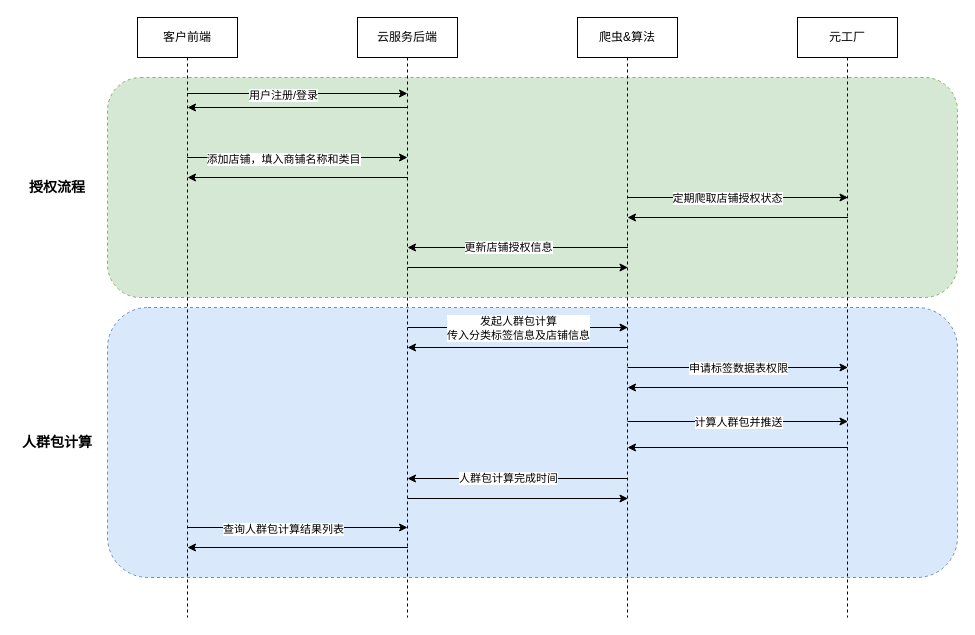
Before: page "授权及人群包计算流程" (4 of 9) of docs/cloud-service.drawio in caijiatao/go-lib, a draw.io diagram. Source tidied: cells renumbered, new cells numbered last; positions are measured from the earlier drawing's top-left corner, leaving out a move shared by most shapes. Both pictures are drawn from the tidied source at 100%, with x=0, y=0 at pixel (17, 17).
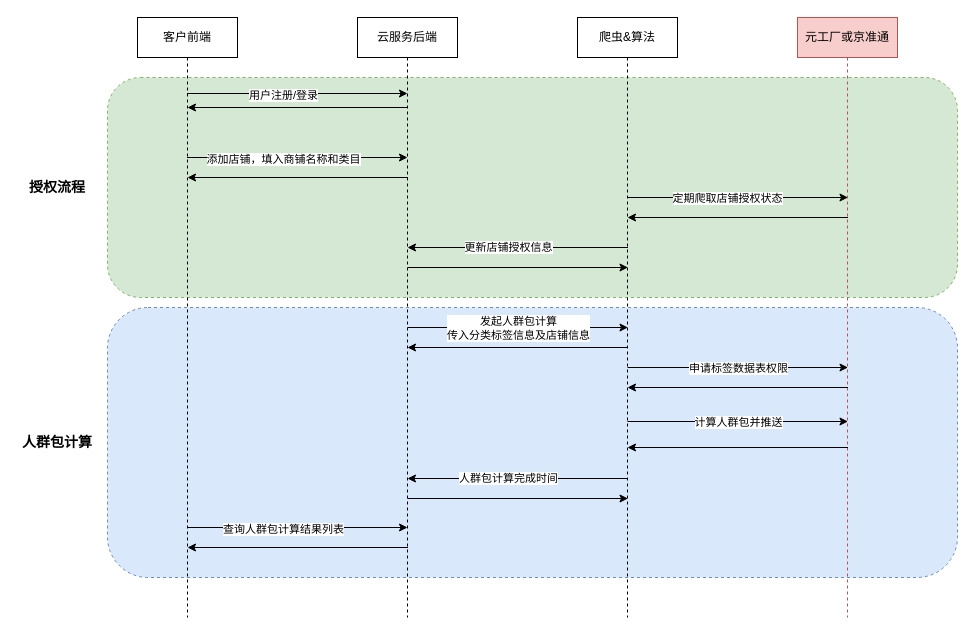
Above is the later version.

Diff of the diagram source:
```diff
@@
-    <mxCell id="12" value="元工厂" style="shape=umlLifeline;perimeter=lifelinePerimeter;whiteSpace=wrap;html=1;newEdgeStyle={&quot;edgeStyle&quot;:&quot;elbowEdgeStyle&quot;,&quot;elbow&quot;:&quot;vertical&quot;,&quot;curved&quot;:0,&quot;rounded&quot;:0};" parent="1" vertex="1">
+    <mxCell id="12" value="元工厂或京准通" style="shape=umlLifeline;perimeter=lifelinePerimeter;whiteSpace=wrap;html=1;newEdgeStyle={&quot;edgeStyle&quot;:&quot;elbowEdgeStyle&quot;,&quot;elbow&quot;:&quot;vertical&quot;,&quot;curved&quot;:0,&quot;rounded&quot;:0};fillColor=#f8cecc;strokeColor=#b85450;" parent="1" vertex="1">
       <mxGeometry x="780" width="100" height="600" as="geometry" />
     </mxCell>
```
